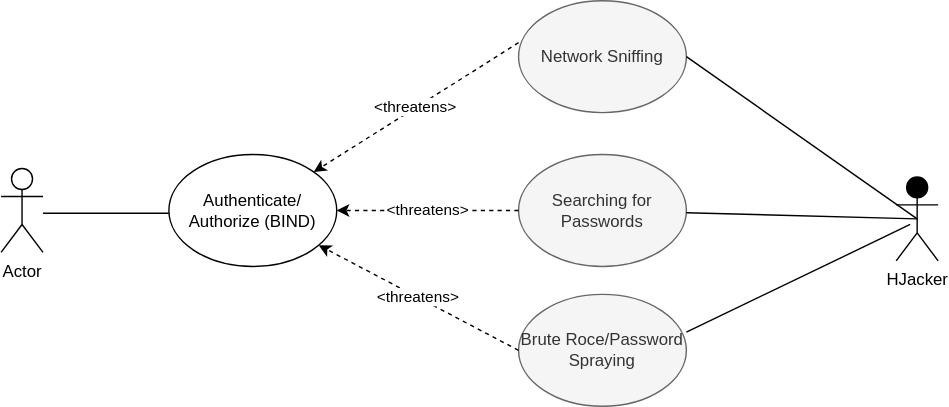
This is images/Use-Misuse Case 1 -Bind.drawio.svg from bartelsjoshuac/SAPG, a draw.io export, as it was before one commit. Source tidied: cells renumbered, new cells last; positions are measured from the earlier drawing's top-left corner, leaving out a move shared by most shapes.
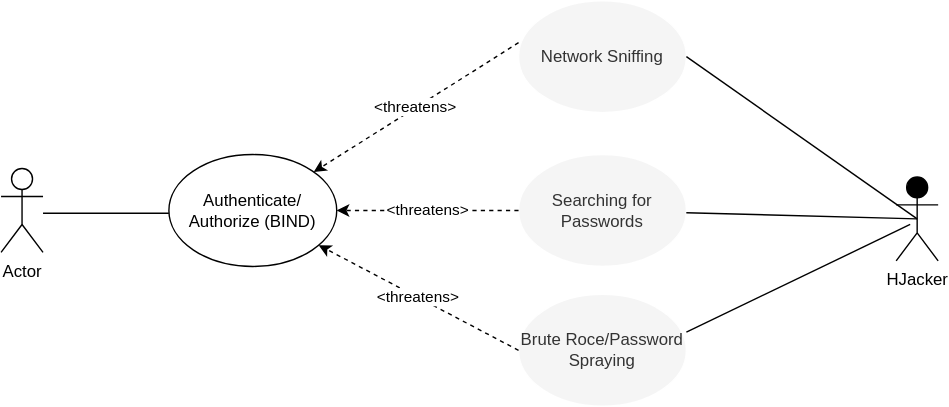
Later version of the same file.

The edit, as a diff of the source:
```diff
@@ -14,16 +14,16 @@
     <mxCell id="4" value="Authenticate/&lt;br style=&quot;border-color: var(--border-color);&quot;&gt;Authorize (BIND)" style="ellipse;whiteSpace=wrap;html=1;fillColor=#FFFFFF;" parent="1" vertex="1">
       <mxGeometry x="120" y="110" width="120" height="80" as="geometry" />
     </mxCell>
-    <mxCell id="5" value="Network Sniffing" style="ellipse;whiteSpace=wrap;html=1;fillStyle=solid;strokeColor=#666666;fillColor=#f5f5f5;fontColor=#333333;" parent="1" vertex="1">
+    <mxCell id="5" value="Network Sniffing" style="ellipse;whiteSpace=wrap;html=1;fillStyle=solid;strokeColor=#FFFFFF;fillColor=#f5f5f5;fontColor=#333333;" parent="1" vertex="1">
       <mxGeometry x="370" width="120" height="80" as="geometry" />
     </mxCell>
     <mxCell id="6" value="HJacker" style="shape=umlActor;verticalLabelPosition=bottom;verticalAlign=top;html=1;outlineConnect=0;fillColor=#000000;" parent="1" vertex="1">
       <mxGeometry x="640" y="126" width="30" height="60" as="geometry" />
     </mxCell>
-    <mxCell id="7" value="Searching for Passwords" style="ellipse;whiteSpace=wrap;html=1;fillColor=#f5f5f5;fontColor=#333333;fillStyle=solid;strokeColor=#666666;" parent="1" vertex="1">
+    <mxCell id="7" value="Searching for Passwords" style="ellipse;whiteSpace=wrap;html=1;fillColor=#f5f5f5;fontColor=#333333;fillStyle=solid;strokeColor=#FFFFFF;" parent="1" vertex="1">
       <mxGeometry x="370" y="110" width="120" height="80" as="geometry" />
     </mxCell>
-    <mxCell id="8" value="Brute Roce/Password Spraying" style="ellipse;whiteSpace=wrap;html=1;fillColor=#f5f5f5;fontColor=#333333;fillStyle=solid;strokeColor=#666666;" parent="1" vertex="1">
+    <mxCell id="8" value="Brute Roce/Password Spraying" style="ellipse;whiteSpace=wrap;html=1;fillColor=#f5f5f5;fontColor=#333333;fillStyle=solid;strokeColor=#FFFFFF;" parent="1" vertex="1">
       <mxGeometry x="370" y="210" width="120" height="80" as="geometry" />
     </mxCell>
     <mxCell id="9" value="&amp;lt;threatens&amp;gt;" style="endArrow=classic;html=1;rounded=0;exitX=0;exitY=0.5;exitDx=0;exitDy=0;dashed=1;" parent="1" edge="1" source="8" target="4">
```
